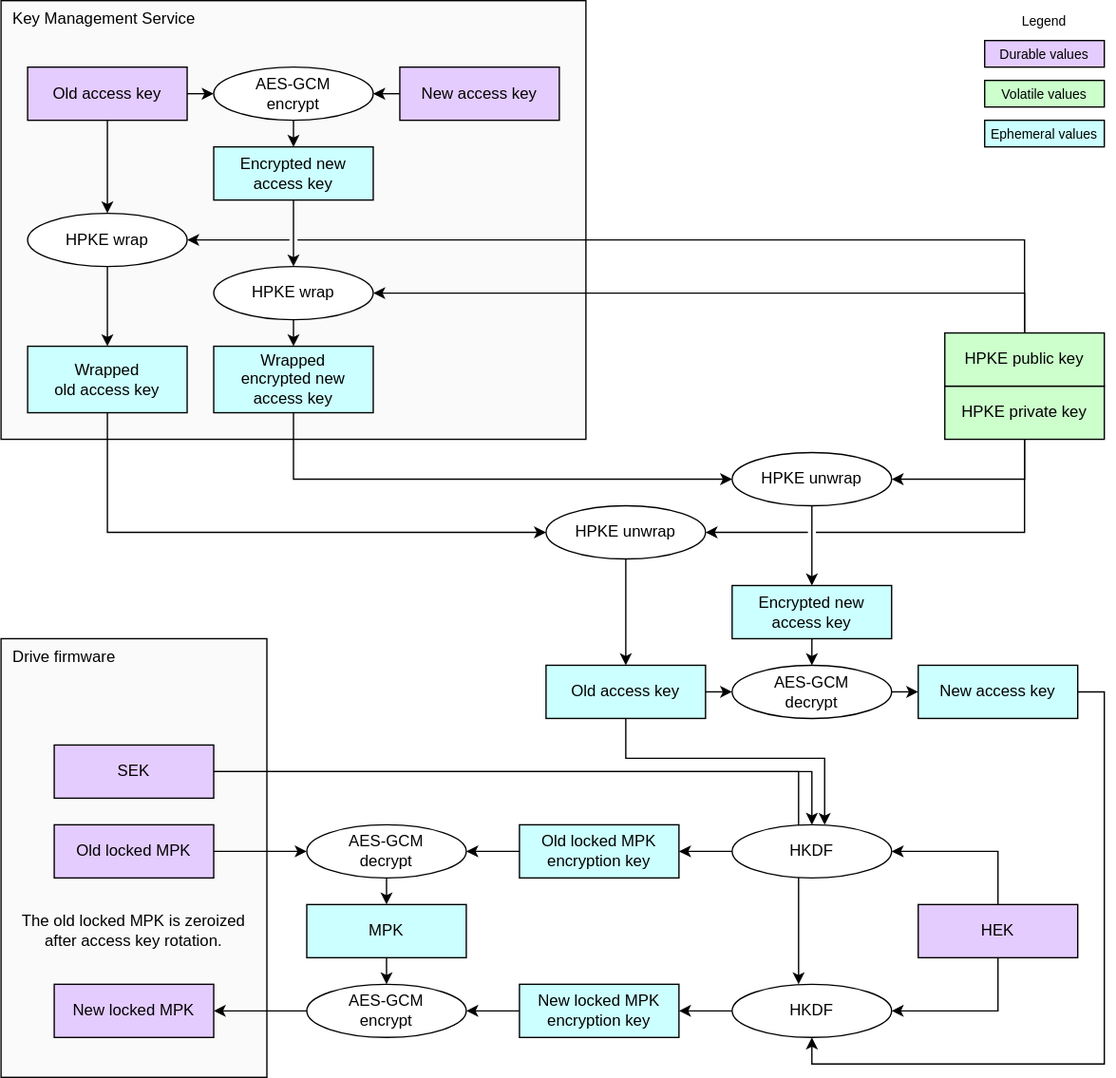
This is doc/ocp_lock/diagrams/mpk_access_key_rotation.drawio.svg from chipsalliance/Caliptra, a draw.io export, as it was before one commit. Source tidied: cells renumbered, new cells last; positions are measured from the earlier drawing's top-left corner, leaving out a move shared by most shapes.
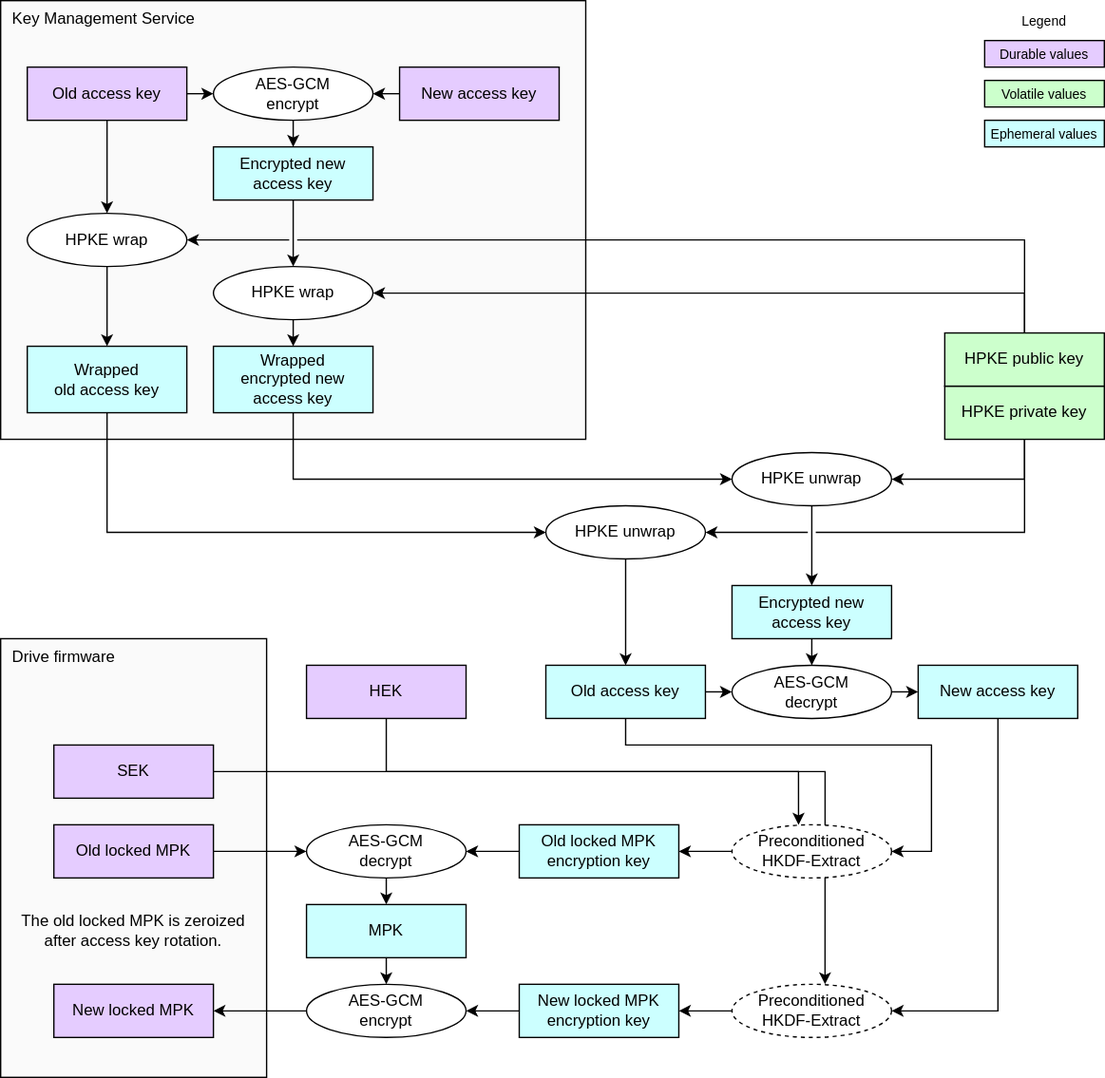
Above is the later version.

What changed in the source:
```diff
@@ -12,7 +12,7 @@
       <mxGeometry x="40" y="620" width="120" height="40" as="geometry" />
     </mxCell>
     <mxCell id="5" value="&lt;div&gt;&lt;font color=&quot;#000000&quot;&gt;HEK&lt;/font&gt;&lt;/div&gt;" style="rounded=0;whiteSpace=wrap;html=1;align=center;verticalAlign=middle;shadow=0;glass=0;spacingLeft=0;spacingBottom=0;spacingTop=0;fillColor=#E5CCFF;" parent="1" vertex="1">
-      <mxGeometry x="690" y="680" width="120" height="40" as="geometry" />
+      <mxGeometry x="230" y="500" width="120" height="40" as="geometry" />
     </mxCell>
     <mxCell id="6" value="&lt;div&gt;&lt;font color=&quot;#000000&quot;&gt;Old locked MPK encryption key&lt;/font&gt;&lt;/div&gt;" style="rounded=0;whiteSpace=wrap;html=1;align=center;verticalAlign=middle;shadow=0;glass=0;spacingLeft=0;spacingBottom=0;spacingTop=0;fillColor=#CCFFFF;" parent="1" vertex="1">
       <mxGeometry x="390" y="620" width="120" height="40" as="geometry" />
@@ -78,17 +78,19 @@
     <mxCell id="25" style="endArrow=none;html=1;exitX=0.5;exitY=0;exitDx=0;exitDy=0;entryX=0.5;entryY=1;entryDx=0;entryDy=0;startArrow=classic;startFill=1;endFill=0;" parent="1" edge="1" source="21" target="10">
       <mxGeometry relative="1" as="geometry" />
     </mxCell>
-    <mxCell id="26" style="edgeStyle=segmentEdgeStyle;endArrow=classic;html=1;curved=0;rounded=0;endSize=6;startSize=6;entryX=1;entryY=0.5;entryDx=0;entryDy=0;exitX=0.5;exitY=1;exitDx=0;exitDy=0;" parent="1" edge="1" source="5" target="28">
+    <mxCell id="26" style="edgeStyle=orthogonalEdgeStyle;endArrow=classic;html=1;rounded=0;endSize=6;startSize=6;entryX=0.417;entryY=0;entryDx=0;entryDy=0;entryPerimeter=0;" parent="1" edge="1" target="67">
       <mxGeometry relative="1" as="geometry">
+        <mxPoint x="290" y="540" as="sourcePoint" />
         <Array as="points">
-          <mxPoint x="750" y="760" />
+          <mxPoint x="290" y="580" />
+          <mxPoint x="600" y="580" />
         </Array>
       </mxGeometry>
     </mxCell>
     <mxCell id="27" style="edgeStyle=none;html=1;" parent="1" edge="1" source="28" target="20">
       <mxGeometry relative="1" as="geometry" />
     </mxCell>
-    <mxCell id="28" value="HKDF" style="ellipse;whiteSpace=wrap;html=1;fillColor=#FFFFFF;" parent="1" vertex="1">
+    <mxCell id="28" value="&lt;span style=&quot;color: rgb(0, 0, 0);&quot;&gt;Preconditioned HKDF-Extract&lt;/span&gt;" style="ellipse;whiteSpace=wrap;html=1;fillColor=#FFFFFF;dashed=1;" parent="1" vertex="1">
       <mxGeometry x="550" y="740" width="120" height="40" as="geometry" />
     </mxCell>
     <mxCell id="29" value="HPKE wrap" style="ellipse;whiteSpace=wrap;html=1;fillColor=#FFFFFF;" parent="1" vertex="1">
@@ -169,12 +171,10 @@
     <mxCell id="50" style="edgeStyle=segmentEdgeStyle;endArrow=classic;html=1;curved=0;rounded=0;endSize=6;startSize=6;exitX=1;exitY=0.5;exitDx=0;exitDy=0;entryX=0;entryY=0.5;entryDx=0;entryDy=0;" parent="1" edge="1" source="43" target="49">
       <mxGeometry relative="1" as="geometry" />
     </mxCell>
-    <mxCell id="51" style="edgeStyle=orthogonalEdgeStyle;endArrow=classic;html=1;rounded=0;endSize=6;startSize=6;exitX=1;exitY=0.5;exitDx=0;exitDy=0;entryX=0.5;entryY=1;entryDx=0;entryDy=0;" parent="1" edge="1" source="49" target="28">
+    <mxCell id="51" style="edgeStyle=orthogonalEdgeStyle;endArrow=classic;html=1;rounded=0;endSize=6;startSize=6;exitX=0.5;exitY=1;exitDx=0;exitDy=0;entryX=1;entryY=0.5;entryDx=0;entryDy=0;" parent="1" edge="1" source="49" target="28">
       <mxGeometry relative="1" as="geometry">
         <Array as="points">
-          <mxPoint x="830" y="520" />
-          <mxPoint x="830" y="800" />
-          <mxPoint x="610" y="800" />
+          <mxPoint x="750" y="760" />
         </Array>
       </mxGeometry>
     </mxCell>
@@ -216,37 +216,26 @@
     <mxCell id="61" value="&lt;div&gt;&lt;font color=&quot;#000000&quot;&gt;SEK&lt;/font&gt;&lt;/div&gt;" style="rounded=0;whiteSpace=wrap;html=1;align=center;verticalAlign=middle;shadow=0;glass=0;spacingLeft=0;spacingBottom=0;spacingTop=0;fillColor=#E5CCFF;" parent="1" vertex="1">
       <mxGeometry x="40" y="560" width="120" height="40" as="geometry" />
     </mxCell>
-    <mxCell id="62" style="edgeStyle=orthogonalEdgeStyle;endArrow=classic;html=1;rounded=0;endSize=6;startSize=6;exitX=1;exitY=0.5;exitDx=0;exitDy=0;entryX=0.5;entryY=0;entryDx=0;entryDy=0;" parent="1" edge="1" source="61" target="67">
-      <mxGeometry relative="1" as="geometry" />
+    <mxCell id="62" style="edgeStyle=orthogonalEdgeStyle;endArrow=classic;html=1;rounded=0;endSize=6;startSize=6;exitX=1;exitY=0.5;exitDx=0;exitDy=0;entryX=0.583;entryY=0;entryDx=0;entryDy=0;entryPerimeter=0;" parent="1" edge="1" source="61" target="28">
+      <mxGeometry relative="1" as="geometry">
+        <Array as="points">
+          <mxPoint x="620" y="580" />
+        </Array>
+      </mxGeometry>
     </mxCell>
-    <mxCell id="63" style="edgeStyle=orthogonalEdgeStyle;endArrow=classic;html=1;rounded=0;endSize=6;startSize=6;exitX=1;exitY=0.5;exitDx=0;exitDy=0;jumpStyle=gap;" parent="1" edge="1" source="61">
-      <mxGeometry relative="1" as="geometry">
-        <mxPoint x="600" y="740" as="targetPoint" />
-        <Array as="points">
-          <mxPoint x="600" y="580" />
-        </Array>
-      </mxGeometry>
-    </mxCell>
     <mxCell id="64" style="endArrow=classic;html=1;exitX=0;exitY=0.5;exitDx=0;exitDy=0;entryX=1;entryY=0.5;entryDx=0;entryDy=0;jumpStyle=gap;" parent="1" edge="1" source="67" target="6">
       <mxGeometry relative="1" as="geometry" />
     </mxCell>
-    <mxCell id="65" style="edgeStyle=segmentEdgeStyle;endArrow=classic;html=1;curved=0;rounded=0;endSize=6;startSize=6;entryX=1;entryY=0.5;entryDx=0;entryDy=0;exitX=0.5;exitY=0;exitDx=0;exitDy=0;jumpStyle=gap;" parent="1" edge="1" source="5" target="67">
-      <mxGeometry relative="1" as="geometry">
-        <Array as="points">
-          <mxPoint x="750" y="640" />
-        </Array>
-      </mxGeometry>
-    </mxCell>
-    <mxCell id="66" style="edgeStyle=segmentEdgeStyle;endArrow=classic;html=1;curved=0;rounded=0;endSize=6;startSize=6;exitX=0.5;exitY=1;exitDx=0;exitDy=0;entryX=0.58;entryY=0.004;entryDx=0;entryDy=0;jumpStyle=gap;entryPerimeter=0;" parent="1" edge="1" source="42" target="67">
+    <mxCell id="66" style="edgeStyle=segmentEdgeStyle;endArrow=classic;html=1;curved=0;rounded=0;endSize=6;startSize=6;exitX=0.5;exitY=1;exitDx=0;exitDy=0;entryX=1;entryY=0.5;entryDx=0;entryDy=0;jumpStyle=gap;" parent="1" edge="1" source="42" target="67">
       <mxGeometry relative="1" as="geometry">
         <Array as="points">
-          <mxPoint x="470" y="570" />
-          <mxPoint x="620" y="570" />
-          <mxPoint x="620" y="620" />
+          <mxPoint x="470" y="560" />
+          <mxPoint x="700" y="560" />
+          <mxPoint x="700" y="640" />
         </Array>
       </mxGeometry>
     </mxCell>
-    <mxCell id="67" value="HKDF" style="ellipse;whiteSpace=wrap;html=1;fillColor=#FFFFFF;" parent="1" vertex="1">
+    <mxCell id="67" value="&lt;span style=&quot;color: rgb(0, 0, 0);&quot;&gt;Preconditioned HKDF-Extract&lt;/span&gt;" style="ellipse;whiteSpace=wrap;html=1;fillColor=#FFFFFF;dashed=1;" parent="1" vertex="1">
       <mxGeometry x="550" y="620" width="120" height="40" as="geometry" />
     </mxCell>
   </root>
```
